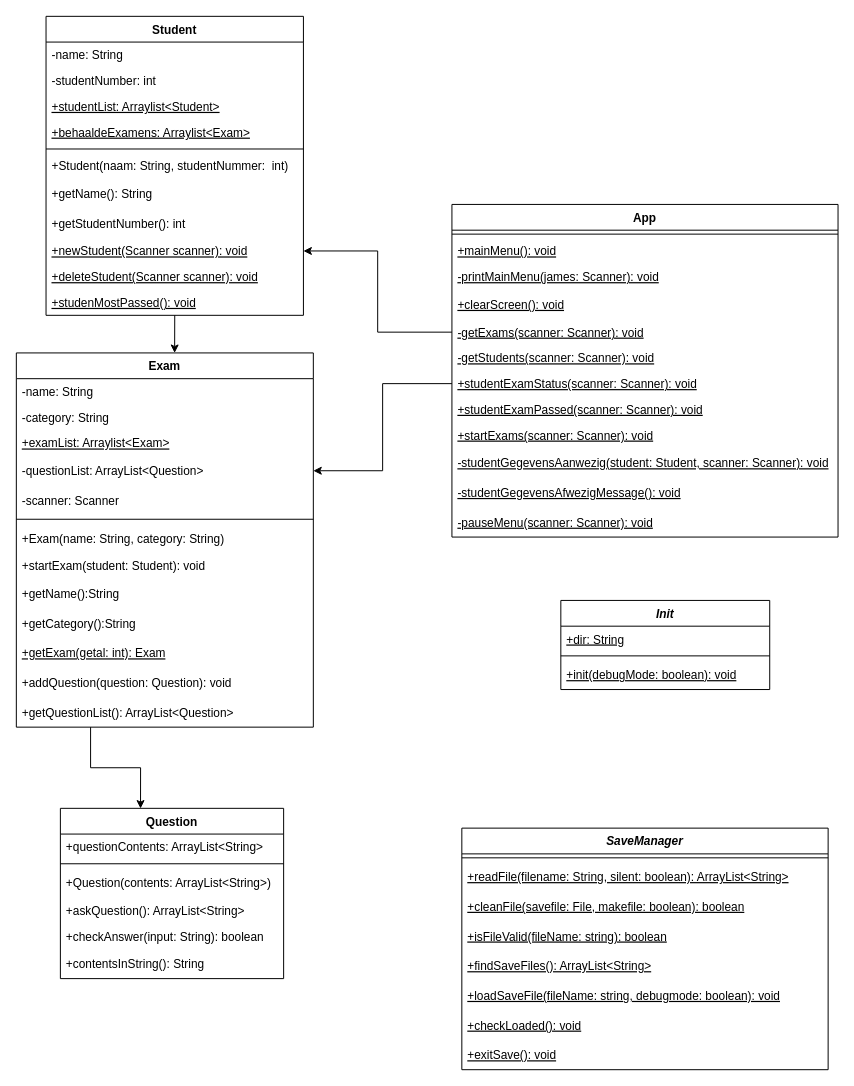
Studeeric/proj1 keeps this draw.io diagram as UML.drawio. Above is the earlier version. Source tidied: cells renumbered, new cells numbered last; positions are measured from the earlier drawing's top-left corner, leaving out a move shared by most shapes. Both pictures are drawn from the tidied source at 99%, with x=0, y=0 at pixel (16, 16).
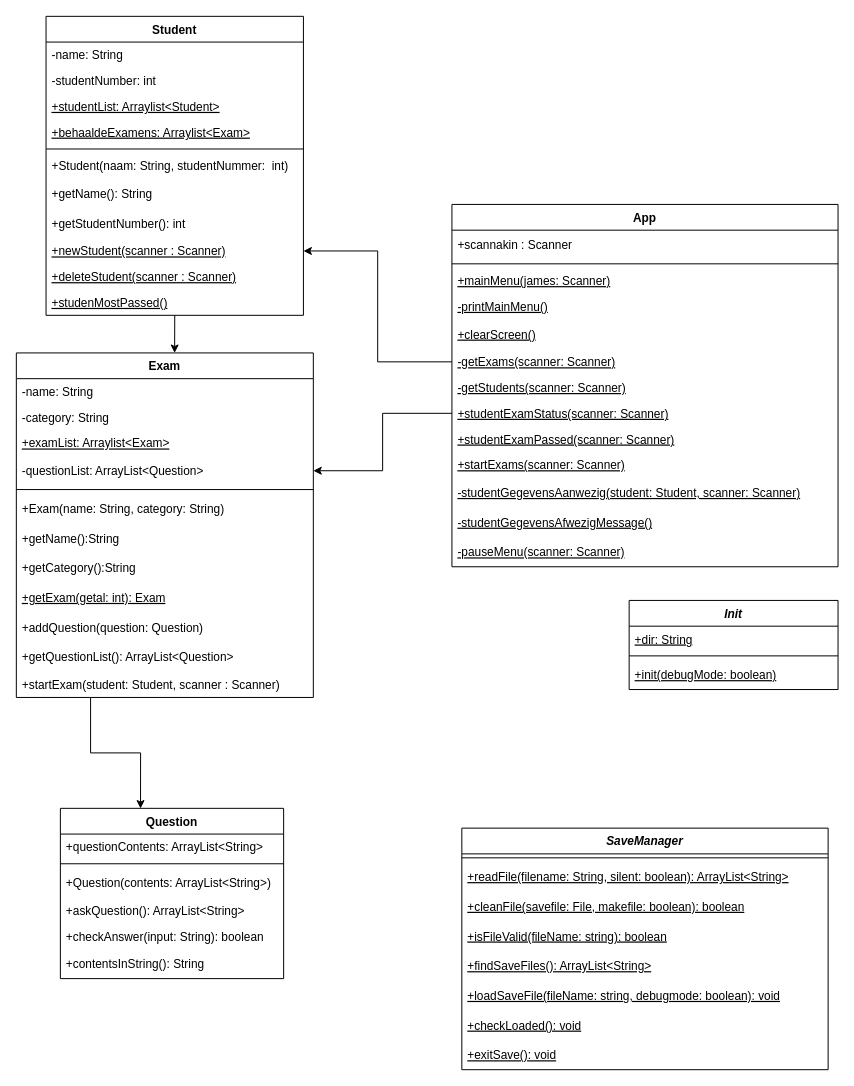
After the change.

Commit message:
kerel goede update

The change refers to these unchanged cells:
```xml
<mxCell id="3" value="Student" style="swimlane;fontStyle=1;align=center;verticalAlign=top;horizontal=1;startSize=26;" parent="1" vertex="1">
  <mxGeometry x="30" width="260" height="302" as="geometry" />
</mxCell>
```

The edit, as a diff of the source:
```diff
@@
-    <mxCell id="12" value="+newStudent(Scanner scanner): void" style="text;strokeColor=none;fillColor=none;align=left;verticalAlign=top;spacingLeft=4;spacingRight=4;overflow=hidden;points=[[0,0.5],[1,0.5]];portConstraint=eastwest;fontStyle=4;" parent="3" vertex="1">
+    <mxCell id="12" value="+newStudent(scanner : Scanner)" style="text;strokeColor=none;fillColor=none;align=left;verticalAlign=top;spacingLeft=4;spacingRight=4;overflow=hidden;points=[[0,0.5],[1,0.5]];portConstraint=eastwest;fontStyle=4;" parent="3" vertex="1">
       <mxGeometry y="224" width="260" height="26" as="geometry" />
     </mxCell>
-    <mxCell id="13" value="+deleteStudent(Scanner scanner): void" style="text;strokeColor=none;fillColor=none;align=left;verticalAlign=top;spacingLeft=4;spacingRight=4;overflow=hidden;fontStyle=4;" parent="3" vertex="1">
+    <mxCell id="13" value="+deleteStudent(scanner : Scanner)" style="text;strokeColor=none;fillColor=none;align=left;verticalAlign=top;spacingLeft=4;spacingRight=4;overflow=hidden;fontStyle=4;" parent="3" vertex="1">
       <mxGeometry y="250" width="260" height="26" as="geometry" />
     </mxCell>
-    <mxCell id="14" value="+studenMostPassed(): void" style="text;strokeColor=none;fillColor=none;align=left;verticalAlign=top;spacingLeft=4;spacingRight=4;overflow=hidden;fontStyle=4;" parent="3" vertex="1">
+    <mxCell id="14" value="+studenMostPassed()" style="text;strokeColor=none;fillColor=none;align=left;verticalAlign=top;spacingLeft=4;spacingRight=4;overflow=hidden;fontStyle=4;" parent="3" vertex="1">
       <mxGeometry y="276" width="260" height="26" as="geometry" />
     </mxCell>
@@
     <mxCell id="16" value="Exam" style="swimlane;fontStyle=1;align=center;verticalAlign=top;horizontal=1;startSize=26;" parent="1" vertex="1">
-      <mxGeometry y="340" width="300" height="378" as="geometry" />
+      <mxGeometry y="340" width="300" height="348" as="geometry" />
     </mxCell>
@@
-    <mxCell id="21" value="-scanner: Scanner" style="text;strokeColor=none;fillColor=none;align=left;verticalAlign=middle;spacingLeft=4;spacingRight=4;overflow=hidden;" parent="16" vertex="1">
-      <mxGeometry y="134" width="300" height="30" as="geometry" />
-    </mxCell>
     <mxCell id="22" style="line;strokeWidth=1;fillColor=none;align=left;verticalAlign=middle;spacingTop=-1;spacingLeft=3;spacingRight=3;labelPosition=right;" parent="16" vertex="1">
-      <mxGeometry y="164" width="300" height="8" as="geometry" />
+      <mxGeometry y="134" width="300" height="8" as="geometry" />
     </mxCell>
     <mxCell id="23" value="+Exam(name: String, category: String)" style="text;strokeColor=none;fillColor=none;align=left;verticalAlign=middle;spacingLeft=4;spacingRight=4;overflow=hidden;" parent="16" vertex="1">
-      <mxGeometry y="172" width="300" height="30" as="geometry" />
+      <mxGeometry y="142" width="300" height="30" as="geometry" />
     </mxCell>
-    <mxCell id="24" value="+startExam(student: Student): void" style="text;strokeColor=none;fillColor=none;align=left;verticalAlign=top;spacingLeft=4;spacingRight=4;overflow=hidden;" parent="16" vertex="1">
-      <mxGeometry y="202" width="300" height="26" as="geometry" />
-    </mxCell>
     <mxCell id="25" value="+getName():String" style="text;strokeColor=none;fillColor=none;align=left;verticalAlign=middle;spacingLeft=4;spacingRight=4;overflow=hidden;" parent="16" vertex="1">
-      <mxGeometry y="228" width="300" height="30" as="geometry" />
+      <mxGeometry y="172" width="300" height="30" as="geometry" />
     </mxCell>
     <mxCell id="26" value="+getCategory():String" style="text;strokeColor=none;fillColor=none;align=left;verticalAlign=middle;spacingLeft=4;spacingRight=4;overflow=hidden;" parent="16" vertex="1">
-      <mxGeometry y="258" width="300" height="30" as="geometry" />
+      <mxGeometry y="202" width="300" height="30" as="geometry" />
     </mxCell>
     <mxCell id="27" value="+getExam(getal: int): Exam" style="text;strokeColor=none;fillColor=none;align=left;verticalAlign=middle;spacingLeft=4;spacingRight=4;overflow=hidden;fontStyle=4;" parent="16" vertex="1">
-      <mxGeometry y="288" width="300" height="30" as="geometry" />
+      <mxGeometry y="232" width="300" height="30" as="geometry" />
     </mxCell>
-    <mxCell id="28" value="+addQuestion(question: Question): void" style="text;strokeColor=none;fillColor=none;align=left;verticalAlign=middle;spacingLeft=4;spacingRight=4;overflow=hidden;" parent="16" vertex="1">
-      <mxGeometry y="318" width="300" height="30" as="geometry" />
+    <mxCell id="28" value="+addQuestion(question: Question)" style="text;strokeColor=none;fillColor=none;align=left;verticalAlign=middle;spacingLeft=4;spacingRight=4;overflow=hidden;" parent="16" vertex="1">
+      <mxGeometry y="262" width="300" height="30" as="geometry" />
     </mxCell>
     <mxCell id="29" value="+getQuestionList(): ArrayList&lt;Question&gt;" style="text;strokeColor=none;fillColor=none;align=left;verticalAlign=middle;spacingLeft=4;spacingRight=4;overflow=hidden;" parent="16" vertex="1">
-      <mxGeometry y="348" width="300" height="30" as="geometry" />
+      <mxGeometry y="292" width="300" height="30" as="geometry" />
     </mxCell>
+    <mxCell id="24" value="+startExam(student: Student, scanner : Scanner)" style="text;strokeColor=none;fillColor=none;align=left;verticalAlign=top;spacingLeft=4;spacingRight=4;overflow=hidden;" parent="16" vertex="1">
+      <mxGeometry y="322" width="300" height="26" as="geometry" />
+    </mxCell>
     <mxCell id="30" value="App" style="swimlane;fontStyle=1;align=center;verticalAlign=top;horizontal=1;startSize=26;" parent="1" vertex="1">
-      <mxGeometry x="440" y="190" width="390" height="336" as="geometry" />
+      <mxGeometry x="440" y="190" width="390" height="366" as="geometry" />
     </mxCell>
+    <mxCell id="65" value="+scannakin : Scanner" style="text;strokeColor=none;fillColor=none;align=left;verticalAlign=middle;spacingLeft=4;spacingRight=4;overflow=hidden;" parent="30" vertex="1">
+      <mxGeometry y="26" width="390" height="30" as="geometry" />
+    </mxCell>
     <mxCell id="31" style="line;strokeWidth=1;fillColor=none;align=left;verticalAlign=middle;spacingTop=-1;spacingLeft=3;spacingRight=3;labelPosition=right;" parent="30" vertex="1">
-      <mxGeometry y="26" width="390" height="8" as="geometry" />
+      <mxGeometry y="56" width="390" height="8" as="geometry" />
     </mxCell>
-    <mxCell id="32" value="+mainMenu(): void" style="text;strokeColor=none;fillColor=none;align=left;verticalAlign=top;spacingLeft=4;spacingRight=4;overflow=hidden;fontStyle=4;" parent="30" vertex="1">
-      <mxGeometry y="34" width="390" height="26" as="geometry" />
+    <mxCell id="32" value="+mainMenu(james: Scanner)" style="text;strokeColor=none;fillColor=none;align=left;verticalAlign=top;spacingLeft=4;spacingRight=4;overflow=hidden;fontStyle=4;" parent="30" vertex="1">
+      <mxGeometry y="64" width="390" height="26" as="geometry" />
     </mxCell>
-    <mxCell id="33" value="-printMainMenu(james: Scanner): void" style="text;strokeColor=none;fillColor=none;align=left;verticalAlign=top;spacingLeft=4;spacingRight=4;overflow=hidden;fontStyle=4;" parent="30" vertex="1">
-      <mxGeometry y="60" width="390" height="26" as="geometry" />
+    <mxCell id="33" value="-printMainMenu()" style="text;strokeColor=none;fillColor=none;align=left;verticalAlign=top;spacingLeft=4;spacingRight=4;overflow=hidden;fontStyle=4;" parent="30" vertex="1">
+      <mxGeometry y="90" width="390" height="26" as="geometry" />
     </mxCell>
-    <mxCell id="34" value="+clearScreen(): void" style="text;strokeColor=none;fillColor=none;align=left;verticalAlign=middle;spacingLeft=4;spacingRight=4;overflow=hidden;fontStyle=4;" parent="30" vertex="1">
-      <mxGeometry y="86" width="390" height="30" as="geometry" />
+    <mxCell id="34" value="+clearScreen()" style="text;strokeColor=none;fillColor=none;align=left;verticalAlign=middle;spacingLeft=4;spacingRight=4;overflow=hidden;fontStyle=4;" parent="30" vertex="1">
+      <mxGeometry y="116" width="390" height="30" as="geometry" />
     </mxCell>
-    <mxCell id="35" value="-getExams(scanner: Scanner): void" style="text;strokeColor=none;fillColor=none;align=left;verticalAlign=top;spacingLeft=4;spacingRight=4;overflow=hidden;points=[[0,0.5],[1,0.5]];portConstraint=eastwest;fontStyle=4;" parent="30" vertex="1">
-      <mxGeometry y="116" width="390" height="26" as="geometry" />
+    <mxCell id="35" value="-getExams(scanner: Scanner)" style="text;strokeColor=none;fillColor=none;align=left;verticalAlign=top;spacingLeft=4;spacingRight=4;overflow=hidden;points=[[0,0.5],[1,0.5]];portConstraint=eastwest;fontStyle=4;" parent="30" vertex="1">
+      <mxGeometry y="146" width="390" height="26" as="geometry" />
     </mxCell>
-    <mxCell id="36" value="-getStudents(scanner: Scanner): void" style="text;strokeColor=none;fillColor=none;align=left;verticalAlign=top;spacingLeft=4;spacingRight=4;overflow=hidden;fontStyle=4;" parent="30" vertex="1">
-      <mxGeometry y="142" width="390" height="26" as="geometry" />
+    <mxCell id="36" value="-getStudents(scanner: Scanner)" style="text;strokeColor=none;fillColor=none;align=left;verticalAlign=top;spacingLeft=4;spacingRight=4;overflow=hidden;fontStyle=4;" parent="30" vertex="1">
+      <mxGeometry y="172" width="390" height="26" as="geometry" />
     </mxCell>
-    <mxCell id="37" value="+studentExamStatus(scanner: Scanner): void" style="text;strokeColor=none;fillColor=none;align=left;verticalAlign=top;spacingLeft=4;spacingRight=4;overflow=hidden;points=[[0,0.5],[1,0.5]];portConstraint=eastwest;fontStyle=4;" parent="30" vertex="1">
-      <mxGeometry y="168" width="390" height="26" as="geometry" />
+    <mxCell id="37" value="+studentExamStatus(scanner: Scanner)" style="text;strokeColor=none;fillColor=none;align=left;verticalAlign=top;spacingLeft=4;spacingRight=4;overflow=hidden;points=[[0,0.5],[1,0.5]];portConstraint=eastwest;fontStyle=4;" parent="30" vertex="1">
+      <mxGeometry y="198" width="390" height="26" as="geometry" />
     </mxCell>
-    <mxCell id="38" value="+studentExamPassed(scanner: Scanner): void" style="text;strokeColor=none;fillColor=none;align=left;verticalAlign=top;spacingLeft=4;spacingRight=4;overflow=hidden;fontStyle=4;" parent="30" vertex="1">
-      <mxGeometry y="194" width="390" height="26" as="geometry" />
+    <mxCell id="38" value="+studentExamPassed(scanner: Scanner)" style="text;strokeColor=none;fillColor=none;align=left;verticalAlign=top;spacingLeft=4;spacingRight=4;overflow=hidden;fontStyle=4;" parent="30" vertex="1">
+      <mxGeometry y="224" width="390" height="26" as="geometry" />
     </mxCell>
-    <mxCell id="39" value="+startExams(scanner: Scanner): void" style="text;strokeColor=none;fillColor=none;align=left;verticalAlign=top;spacingLeft=4;spacingRight=4;overflow=hidden;fontStyle=4;" parent="30" vertex="1">
-      <mxGeometry y="220" width="390" height="26" as="geometry" />
+    <mxCell id="39" value="+startExams(scanner: Scanner)" style="text;strokeColor=none;fillColor=none;align=left;verticalAlign=top;spacingLeft=4;spacingRight=4;overflow=hidden;fontStyle=4;" parent="30" vertex="1">
+      <mxGeometry y="250" width="390" height="26" as="geometry" />
     </mxCell>
-    <mxCell id="40" value="-studentGegevensAanwezig(student: Student, scanner: Scanner): void" style="text;strokeColor=none;fillColor=none;align=left;verticalAlign=middle;spacingLeft=4;spacingRight=4;overflow=hidden;fontStyle=4;" parent="30" vertex="1">
-      <mxGeometry y="246" width="390" height="30" as="geometry" />
+    <mxCell id="40" value="-studentGegevensAanwezig(student: Student, scanner: Scanner)" style="text;strokeColor=none;fillColor=none;align=left;verticalAlign=middle;spacingLeft=4;spacingRight=4;overflow=hidden;fontStyle=4;" parent="30" vertex="1">
+      <mxGeometry y="276" width="390" height="30" as="geometry" />
     </mxCell>
-    <mxCell id="41" value="-studentGegevensAfwezigMessage(): void" style="text;strokeColor=none;fillColor=none;align=left;verticalAlign=middle;spacingLeft=4;spacingRight=4;overflow=hidden;fontStyle=4;" parent="30" vertex="1">
-      <mxGeometry y="276" width="390" height="30" as="geometry" />
+    <mxCell id="41" value="-studentGegevensAfwezigMessage()" style="text;strokeColor=none;fillColor=none;align=left;verticalAlign=middle;spacingLeft=4;spacingRight=4;overflow=hidden;fontStyle=4;" parent="30" vertex="1">
+      <mxGeometry y="306" width="390" height="30" as="geometry" />
     </mxCell>
-    <mxCell id="42" value="-pauseMenu(scanner: Scanner): void" style="text;strokeColor=none;fillColor=none;align=left;verticalAlign=middle;spacingLeft=4;spacingRight=4;overflow=hidden;fontStyle=4;" parent="30" vertex="1">
-      <mxGeometry y="306" width="390" height="30" as="geometry" />
+    <mxCell id="42" value="-pauseMenu(scanner: Scanner)" style="text;strokeColor=none;fillColor=none;align=left;verticalAlign=middle;spacingLeft=4;spacingRight=4;overflow=hidden;fontStyle=4;" parent="30" vertex="1">
+      <mxGeometry y="336" width="390" height="30" as="geometry" />
     </mxCell>
@@
     <mxCell id="61" value="Init" style="swimlane;fontStyle=3;align=center;verticalAlign=top;horizontal=1;startSize=26;" parent="1" vertex="1">
-      <mxGeometry x="550" y="590" width="211" height="90" as="geometry" />
+      <mxGeometry x="619" y="590" width="211" height="90" as="geometry" />
     </mxCell>
@@
-    <mxCell id="64" value="+init(debugMode: boolean): void" style="text;strokeColor=none;fillColor=none;align=left;verticalAlign=middle;spacingLeft=4;spacingRight=4;overflow=hidden;fontStyle=4;" parent="61" vertex="1">
+    <mxCell id="64" value="+init(debugMode: boolean)" style="text;strokeColor=none;fillColor=none;align=left;verticalAlign=middle;spacingLeft=4;spacingRight=4;overflow=hidden;fontStyle=4;" parent="61" vertex="1">
       <mxGeometry y="60" width="211" height="30" as="geometry" />
     </mxCell>
```
